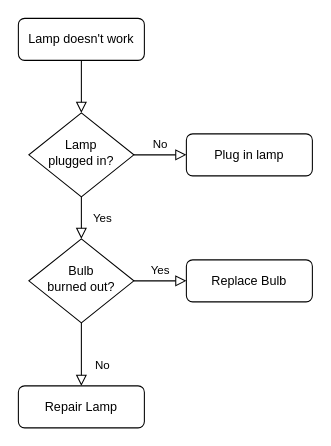
This is Untitled Diagram.drawio from DannySeal/seal-world, a draw.io file, before an edit. Source tidied: cells renumbered, new cells numbered last; positions are measured from the earlier drawing's top-left corner, leaving out a move shared by most shapes. Both pictures are drawn from the tidied source at 105%, with x=0, y=0 at pixel (18, 18).
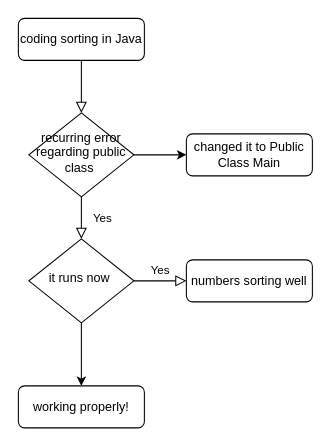
The same diagram, later.

Commit message:
sorting flow chart

Diff of the diagram source:
```diff
@@
 <mxGraphModel>
   <root>
     <mxCell id="0" />
     <mxCell id="1" parent="0" />
     <mxCell id="2" style="rounded=0;html=1;jettySize=auto;fontSize=11;endArrow=block;endFill=0;endSize=8;strokeWidth=1;shadow=0;labelBackgroundColor=none;edgeStyle=orthogonalEdgeStyle;" parent="1" edge="1" source="3" target="6">
       <mxGeometry relative="1" as="geometry" />
     </mxCell>
-    <mxCell id="3" value="Lamp doesn't work" style="rounded=1;whiteSpace=wrap;html=1;fontSize=12;glass=0;strokeWidth=1;shadow=0;" parent="1" vertex="1">
+    <mxCell id="3" value="coding sorting in Java" style="rounded=1;whiteSpace=wrap;html=1;fontSize=12;glass=0;strokeWidth=1;shadow=0;" parent="1" vertex="1">
       <mxGeometry width="120" height="40" as="geometry" />
     </mxCell>
     <mxCell id="4" value="Yes" style="rounded=0;html=1;jettySize=auto;fontSize=11;endArrow=block;endFill=0;endSize=8;strokeWidth=1;shadow=0;labelBackgroundColor=none;edgeStyle=orthogonalEdgeStyle;" parent="1" edge="1" source="6" target="10">
       <mxGeometry y="20" relative="1" as="geometry" />
     </mxCell>
-    <mxCell id="5" value="No" style="edgeStyle=orthogonalEdgeStyle;rounded=0;html=1;jettySize=auto;fontSize=11;endArrow=block;endFill=0;endSize=8;strokeWidth=1;shadow=0;labelBackgroundColor=none;" parent="1" edge="1" source="6" target="7">
-      <mxGeometry y="10" relative="1" as="geometry" />
+    <mxCell id="5" style="edgeStyle=orthogonalEdgeStyle;rounded=0;jettySize=auto;html=1;strokeWidth=1;" parent="1" edge="1" source="6" target="7">
+      <mxGeometry relative="1" as="geometry" />
     </mxCell>
-    <mxCell id="6" value="Lamp&lt;br&gt;plugged in?" style="rhombus;whiteSpace=wrap;html=1;shadow=0;fontFamily=Helvetica;fontSize=12;align=center;strokeWidth=1;spacing=6;spacingTop=-4;" parent="1" vertex="1">
+    <mxCell id="6" value="recurring error regarding public class&amp;nbsp;" style="rhombus;whiteSpace=wrap;html=1;shadow=0;fontFamily=Helvetica;fontSize=12;align=center;strokeWidth=1;spacing=6;spacingTop=-4;" parent="1" vertex="1">
       <mxGeometry x="10" y="90" width="100" height="80" as="geometry" />
     </mxCell>
-    <mxCell id="7" value="Plug in lamp" style="rounded=1;whiteSpace=wrap;html=1;fontSize=12;glass=0;strokeWidth=1;shadow=0;" parent="1" vertex="1">
+    <mxCell id="7" value="changed it to Public Class Main" style="rounded=1;whiteSpace=wrap;html=1;fontSize=12;glass=0;strokeWidth=1;shadow=0;" parent="1" vertex="1">
       <mxGeometry x="160" y="110" width="120" height="40" as="geometry" />
     </mxCell>
+    <mxCell id="9" value="Yes" style="edgeStyle=orthogonalEdgeStyle;rounded=0;html=1;jettySize=auto;fontSize=11;endArrow=block;endFill=0;endSize=8;strokeWidth=1;shadow=0;labelBackgroundColor=none;" parent="1" edge="1" source="10" target="12">
+      <mxGeometry y="10" relative="1" as="geometry" />
+    </mxCell>
-    <mxCell id="8" value="No" style="rounded=0;html=1;jettySize=auto;fontSize=11;endArrow=block;endFill=0;endSize=8;strokeWidth=1;shadow=0;labelBackgroundColor=none;edgeStyle=orthogonalEdgeStyle;" parent="1" edge="1" source="10" target="11">
-      <mxGeometry x="0.33" y="20" relative="1" as="geometry" />
+    <mxCell id="8" style="edgeStyle=orthogonalEdgeStyle;rounded=0;jettySize=auto;html=1;exitX=0.5;exitY=1;exitDx=0;exitDy=0;entryX=0.5;entryY=0;entryDx=0;entryDy=0;strokeWidth=1;" parent="1" edge="1" source="10" target="11">
+      <mxGeometry relative="1" as="geometry" />
     </mxCell>
-    <mxCell id="9" value="Yes" style="edgeStyle=orthogonalEdgeStyle;rounded=0;html=1;jettySize=auto;fontSize=11;endArrow=block;endFill=0;endSize=8;strokeWidth=1;shadow=0;labelBackgroundColor=none;" parent="1" edge="1" source="10" target="12">
-      <mxGeometry y="10" relative="1" as="geometry" />
-    </mxCell>
-    <mxCell id="10" value="Bulb&lt;br&gt;burned out?" style="rhombus;whiteSpace=wrap;html=1;shadow=0;fontFamily=Helvetica;fontSize=12;align=center;strokeWidth=1;spacing=6;spacingTop=-4;" parent="1" vertex="1">
+    <mxCell id="10" value="it runs now&amp;nbsp;" style="rhombus;whiteSpace=wrap;html=1;shadow=0;fontFamily=Helvetica;fontSize=12;align=center;strokeWidth=1;spacing=6;spacingTop=-4;" parent="1" vertex="1">
       <mxGeometry x="10" y="210" width="100" height="80" as="geometry" />
     </mxCell>
-    <mxCell id="11" value="Repair Lamp" style="rounded=1;whiteSpace=wrap;html=1;fontSize=12;glass=0;strokeWidth=1;shadow=0;" parent="1" vertex="1">
+    <mxCell id="11" value="working properly!" style="rounded=1;whiteSpace=wrap;html=1;fontSize=12;glass=0;strokeWidth=1;shadow=0;" parent="1" vertex="1">
       <mxGeometry y="350" width="120" height="40" as="geometry" />
     </mxCell>
-    <mxCell id="12" value="Replace Bulb" style="rounded=1;whiteSpace=wrap;html=1;fontSize=12;glass=0;strokeWidth=1;shadow=0;" parent="1" vertex="1">
+    <mxCell id="12" value="numbers sorting well" style="rounded=1;whiteSpace=wrap;html=1;fontSize=12;glass=0;strokeWidth=1;shadow=0;" parent="1" vertex="1">
       <mxGeometry x="160" y="230" width="120" height="40" as="geometry" />
     </mxCell>
   </root>
 </mxGraphModel>
```
